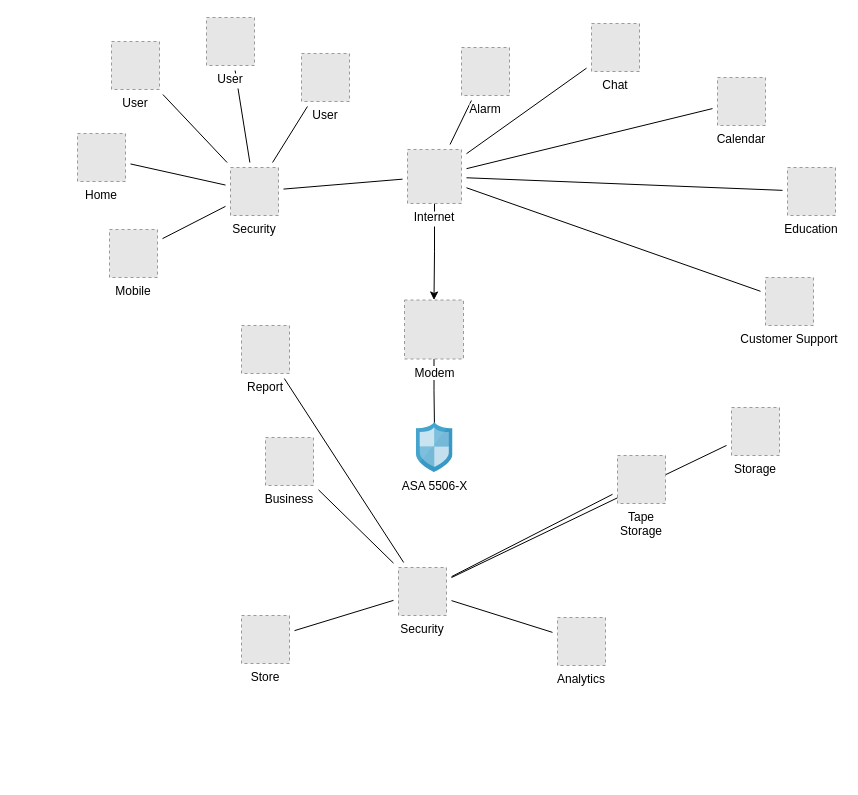
trae-horton/SOAR keeps this draw.io diagram as Untitled Diagram.drawio. Above is the earlier version. Source tidied: cells renumbered, new cells numbered last; positions are measured from the earlier drawing's top-left corner, leaving out a move shared by most shapes. Both pictures are drawn from the tidied source at 100%, with x=0, y=0 at pixel (77, 17). Pictures stored in the file or linked from it are replaced by grey dashed boxes.
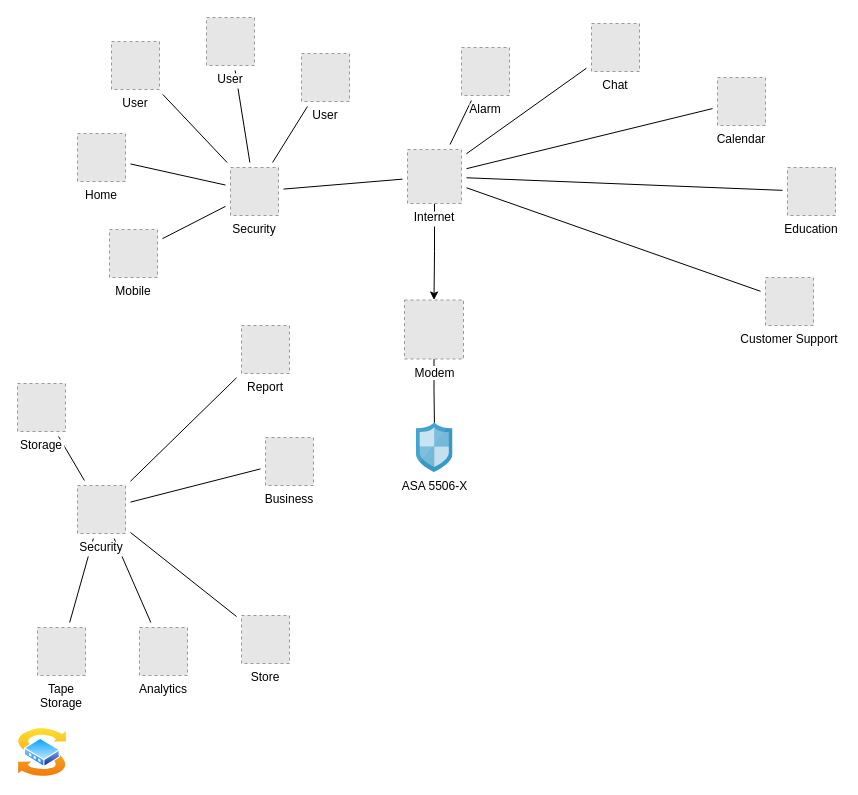
The same page after the edit.

Diff of the diagram source:
```diff
@@
     <mxCell id="19" value="Tape&#10;Storage" style="fillColor=#E6E6E6;strokeColor=#999999;dashed=1;verticalLabelPosition=bottom;verticalAlign=top;labelBackgroundColor=#ffffff;" parent="1" vertex="1">
-      <mxGeometry x="540" y="438" width="48" height="48" as="geometry" />
+      <mxGeometry x="-40" y="610" width="48" height="48" as="geometry" />
     </mxCell>
@@
     <mxCell id="28" value="Storage" style="fillColor=#E6E6E6;strokeColor=#999999;dashed=1;verticalLabelPosition=bottom;verticalAlign=top;labelBackgroundColor=#ffffff;" parent="1" vertex="1">
-      <mxGeometry x="654" y="390" width="48" height="48" as="geometry" />
+      <mxGeometry x="-60" y="366" width="48" height="48" as="geometry" />
     </mxCell>
@@
     <mxCell id="33" value="Analytics" style="fillColor=#E6E6E6;strokeColor=#999999;dashed=1;verticalLabelPosition=bottom;verticalAlign=top;labelBackgroundColor=#ffffff;" parent="1" vertex="1">
-      <mxGeometry x="480" y="600" width="48" height="48" as="geometry" />
+      <mxGeometry x="62" y="610" width="48" height="48" as="geometry" />
     </mxCell>
@@
     <mxCell id="38" value="Security" style="fillColor=#E6E6E6;strokeColor=#999999;dashed=1;verticalLabelPosition=bottom;verticalAlign=top;labelBackgroundColor=#ffffff;" parent="1" vertex="1">
-      <mxGeometry x="321" y="550" width="48" height="48" as="geometry" />
+      <mxGeometry y="468" width="48" height="48" as="geometry" />
     </mxCell>
@@
+    <mxCell id="42" style="perimeter=ellipsePerimeter;html=1;align=center;shadow=0;dashed=0;spacingTop=3;image;image=img/lib/active_directory/switch.svg;" parent="1" vertex="1">
+      <mxGeometry x="-60" y="710" width="50" height="50" as="geometry" />
+    </mxCell>
```
